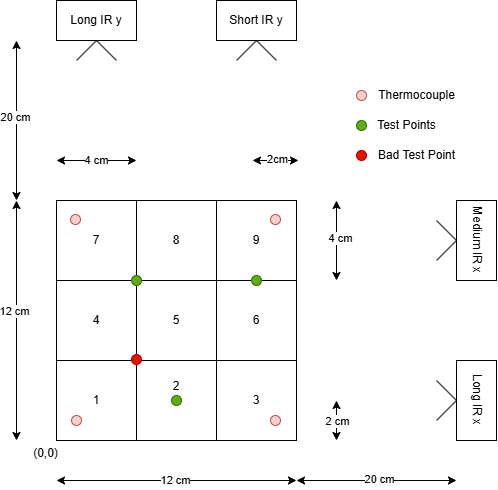
aryanGajelli/mte546-labs keeps this draw.io diagram as Lab2/testpoints.png. Above is the earlier version. Source tidied: cells renumbered, new cells last; positions are measured from the earlier drawing's top-left corner, leaving out a move shared by most shapes. Its diagram source:
```xml
<mxGraphModel background="#FFFFFF">
  <root>
    <mxCell id="0" />
    <mxCell id="1" parent="0" />
    <mxCell id="2" value="7" style="whiteSpace=wrap;html=1;" parent="1" vertex="1">
      <mxGeometry x="40" y="200" width="80" height="80" as="geometry" />
    </mxCell>
    <mxCell id="3" value="8" style="whiteSpace=wrap;html=1;" parent="1" vertex="1">
      <mxGeometry x="120" y="200" width="80" height="80" as="geometry" />
    </mxCell>
    <mxCell id="4" value="9" style="whiteSpace=wrap;html=1;" parent="1" vertex="1">
      <mxGeometry x="200" y="200" width="80" height="80" as="geometry" />
    </mxCell>
    <mxCell id="5" value="4" style="whiteSpace=wrap;html=1;" parent="1" vertex="1">
      <mxGeometry x="40" y="280" width="80" height="80" as="geometry" />
    </mxCell>
    <mxCell id="6" value="5" style="whiteSpace=wrap;html=1;" parent="1" vertex="1">
      <mxGeometry x="120" y="280" width="80" height="80" as="geometry" />
    </mxCell>
    <mxCell id="7" value="6" style="whiteSpace=wrap;html=1;" parent="1" vertex="1">
      <mxGeometry x="200" y="280" width="80" height="80" as="geometry" />
    </mxCell>
    <mxCell id="8" value="1" style="whiteSpace=wrap;html=1;" parent="1" vertex="1">
      <mxGeometry x="40" y="360" width="80" height="80" as="geometry" />
    </mxCell>
    <mxCell id="9" value="2&lt;div&gt;&lt;br&gt;&lt;/div&gt;&lt;div&gt;&lt;br&gt;&lt;/div&gt;" style="whiteSpace=wrap;html=1;" parent="1" vertex="1">
      <mxGeometry x="120" y="360" width="80" height="80" as="geometry" />
    </mxCell>
    <mxCell id="10" value="&lt;div&gt;3&lt;/div&gt;" style="whiteSpace=wrap;html=1;" parent="1" vertex="1">
      <mxGeometry x="200" y="360" width="80" height="80" as="geometry" />
    </mxCell>
    <mxCell id="11" style="endArrow=classic;startArrow=classic;html=1;rounded=0;" parent="1" edge="1">
      <mxGeometry relative="1" as="geometry">
        <mxPoint x="40" y="480" as="sourcePoint" />
        <mxPoint x="280" y="480" as="targetPoint" />
      </mxGeometry>
    </mxCell>
    <mxCell id="12" value="12 cm" style="edgeLabel;html=1;align=center;verticalAlign=middle;" parent="11" vertex="1">
      <mxGeometry x="-0.01" relative="1" as="geometry" />
    </mxCell>
    <mxCell id="13" style="endArrow=classic;startArrow=classic;html=1;rounded=0;" parent="1" edge="1">
      <mxGeometry relative="1" as="geometry">
        <mxPoint y="440" as="sourcePoint" />
        <mxPoint y="200" as="targetPoint" />
      </mxGeometry>
    </mxCell>
    <mxCell id="14" value="12 cm" style="edgeLabel;html=1;align=center;verticalAlign=middle;" parent="13" vertex="1">
      <mxGeometry x="-0.11" y="2" relative="1" as="geometry">
        <mxPoint y="-22" as="offset" />
      </mxGeometry>
    </mxCell>
    <mxCell id="15" value="Long IR y" style="rounded=0;whiteSpace=wrap;html=1;" parent="1" vertex="1">
      <mxGeometry x="40" width="80" height="40" as="geometry" />
    </mxCell>
    <mxCell id="16" style="ellipse;whiteSpace=wrap;html=1;fillColor=#f8cecc;strokeColor=#b85450;" parent="1" vertex="1">
      <mxGeometry x="55" y="415" width="10" height="10" as="geometry" />
    </mxCell>
    <mxCell id="17" style="ellipse;whiteSpace=wrap;html=1;fillColor=#f8cecc;strokeColor=#b85450;" parent="1" vertex="1">
      <mxGeometry x="254" y="415" width="10" height="10" as="geometry" />
    </mxCell>
    <mxCell id="18" style="ellipse;whiteSpace=wrap;html=1;fillColor=#f8cecc;strokeColor=#b85450;" parent="1" vertex="1">
      <mxGeometry x="54" y="214" width="10" height="10" as="geometry" />
    </mxCell>
    <mxCell id="19" style="ellipse;whiteSpace=wrap;html=1;fillColor=#f8cecc;strokeColor=#b85450;" parent="1" vertex="1">
      <mxGeometry x="254" y="214" width="10" height="10" as="geometry" />
    </mxCell>
    <mxCell id="20" style="endArrow=none;html=1;rounded=0;" parent="1" edge="1">
      <mxGeometry relative="1" as="geometry">
        <mxPoint x="60" y="60" as="sourcePoint" />
        <mxPoint x="80" y="40" as="targetPoint" />
      </mxGeometry>
    </mxCell>
    <mxCell id="21" style="endArrow=none;html=1;rounded=0;" parent="1" edge="1">
      <mxGeometry relative="1" as="geometry">
        <mxPoint x="80" y="40" as="sourcePoint" />
        <mxPoint x="100" y="60" as="targetPoint" />
      </mxGeometry>
    </mxCell>
    <mxCell id="22" value="Short IR y" style="rounded=0;whiteSpace=wrap;html=1;" parent="1" vertex="1">
      <mxGeometry x="200" width="80" height="40" as="geometry" />
    </mxCell>
    <mxCell id="23" style="endArrow=none;html=1;rounded=0;" parent="1" edge="1">
      <mxGeometry relative="1" as="geometry">
        <mxPoint x="220" y="60" as="sourcePoint" />
        <mxPoint x="240" y="40" as="targetPoint" />
      </mxGeometry>
    </mxCell>
    <mxCell id="24" style="endArrow=none;html=1;rounded=0;" parent="1" edge="1">
      <mxGeometry relative="1" as="geometry">
        <mxPoint x="240" y="40" as="sourcePoint" />
        <mxPoint x="260" y="60" as="targetPoint" />
      </mxGeometry>
    </mxCell>
    <mxCell id="25" style="endArrow=classic;startArrow=classic;html=1;rounded=0;" parent="1" edge="1">
      <mxGeometry relative="1" as="geometry">
        <mxPoint y="200" as="sourcePoint" />
        <mxPoint y="40" as="targetPoint" />
      </mxGeometry>
    </mxCell>
    <mxCell id="26" value="20 cm" style="edgeLabel;html=1;align=center;verticalAlign=middle;" parent="25" vertex="1">
      <mxGeometry x="0.04" y="1" relative="1" as="geometry" />
    </mxCell>
    <mxCell id="27" value="Long IR x" style="rounded=0;whiteSpace=wrap;html=1;direction=south;flipH=1;flipV=1;horizontal=1;textDirection=vertical-rl;" parent="1" vertex="1">
      <mxGeometry x="440" y="360" width="40" height="80" as="geometry" />
    </mxCell>
    <mxCell id="28" style="endArrow=none;html=1;rounded=0;" parent="1" edge="1">
      <mxGeometry relative="1" as="geometry">
        <mxPoint x="420" y="420" as="sourcePoint" />
        <mxPoint x="440" y="400" as="targetPoint" />
      </mxGeometry>
    </mxCell>
    <mxCell id="29" style="endArrow=none;html=1;rounded=0;" parent="1" edge="1">
      <mxGeometry relative="1" as="geometry">
        <mxPoint x="420" y="380" as="sourcePoint" />
        <mxPoint x="440" y="400" as="targetPoint" />
      </mxGeometry>
    </mxCell>
    <mxCell id="30" value="Medium IR x" style="rounded=0;whiteSpace=wrap;html=1;direction=north;flipH=1;flipV=1;textDirection=vertical-rl;" parent="1" vertex="1">
      <mxGeometry x="440" y="200" width="40" height="80" as="geometry" />
    </mxCell>
    <mxCell id="31" style="endArrow=none;html=1;rounded=0;" parent="1" edge="1">
      <mxGeometry relative="1" as="geometry">
        <mxPoint x="420" y="260" as="sourcePoint" />
        <mxPoint x="440" y="240" as="targetPoint" />
      </mxGeometry>
    </mxCell>
    <mxCell id="32" style="endArrow=none;html=1;rounded=0;" parent="1" edge="1">
      <mxGeometry relative="1" as="geometry">
        <mxPoint x="420" y="220" as="sourcePoint" />
        <mxPoint x="440" y="240" as="targetPoint" />
      </mxGeometry>
    </mxCell>
    <mxCell id="33" style="endArrow=classic;startArrow=classic;html=1;rounded=0;" parent="1" edge="1">
      <mxGeometry relative="1" as="geometry">
        <mxPoint x="280" y="480" as="sourcePoint" />
        <mxPoint x="440" y="480" as="targetPoint" />
      </mxGeometry>
    </mxCell>
    <mxCell id="34" value="20 cm" style="edgeLabel;html=1;align=center;verticalAlign=middle;" parent="33" vertex="1">
      <mxGeometry x="0.04" y="1" relative="1" as="geometry" />
    </mxCell>
    <mxCell id="35" style="ellipse;whiteSpace=wrap;html=1;fillColor=#f8cecc;strokeColor=#b85450;" parent="1" vertex="1">
      <mxGeometry x="340" y="90" width="10" height="10" as="geometry" />
    </mxCell>
    <mxCell id="36" value="Thermocouple" style="text;html=1;align=center;verticalAlign=middle;strokeColor=none;fillColor=none;" parent="1" vertex="1">
      <mxGeometry x="350" y="80" width="100" height="30" as="geometry" />
    </mxCell>
    <mxCell id="37" value="(0,0)" style="text;html=1;align=center;verticalAlign=middle;strokeColor=none;fillColor=none;" parent="1" vertex="1">
      <mxGeometry x="4" y="438" width="50" height="30" as="geometry" />
    </mxCell>
    <mxCell id="38" style="ellipse;whiteSpace=wrap;html=1;fillColor=#60a917;strokeColor=#2D7600;fontColor=#ffffff;" parent="1" vertex="1">
      <mxGeometry x="115" y="275" width="10" height="10" as="geometry" />
    </mxCell>
    <mxCell id="39" style="ellipse;whiteSpace=wrap;html=1;fillColor=#60a917;strokeColor=#2D7600;fontColor=#ffffff;" parent="1" vertex="1">
      <mxGeometry x="235" y="275" width="10" height="10" as="geometry" />
    </mxCell>
    <mxCell id="40" style="ellipse;whiteSpace=wrap;html=1;fillColor=#60a917;strokeColor=#2D7600;fontColor=#ffffff;" parent="1" vertex="1">
      <mxGeometry x="155" y="395" width="10" height="10" as="geometry" />
    </mxCell>
    <mxCell id="41" style="ellipse;whiteSpace=wrap;html=1;fillColor=#60a917;strokeColor=#2D7600;fontColor=#ffffff;" parent="1" vertex="1">
      <mxGeometry x="340" y="120" width="10" height="10" as="geometry" />
    </mxCell>
    <mxCell id="42" value="Test Points" style="text;html=1;align=center;verticalAlign=middle;strokeColor=none;fillColor=none;" parent="1" vertex="1">
      <mxGeometry x="350" y="110" width="80" height="30" as="geometry" />
    </mxCell>
    <mxCell id="43" style="endArrow=classic;startArrow=classic;html=1;rounded=0;" parent="1" edge="1">
      <mxGeometry relative="1" as="geometry">
        <mxPoint x="320" y="400" as="sourcePoint" />
        <mxPoint x="320" y="440" as="targetPoint" />
      </mxGeometry>
    </mxCell>
    <mxCell id="44" value="2 cm" style="edgeLabel;html=1;align=center;verticalAlign=middle;" parent="43" vertex="1">
      <mxGeometry x="0.16" y="1" relative="1" as="geometry">
        <mxPoint y="-3" as="offset" />
      </mxGeometry>
    </mxCell>
    <mxCell id="45" style="endArrow=classic;startArrow=classic;html=1;rounded=0;" parent="1" edge="1">
      <mxGeometry relative="1" as="geometry">
        <mxPoint x="236" y="160" as="sourcePoint" />
        <mxPoint x="282" y="160" as="targetPoint" />
      </mxGeometry>
    </mxCell>
    <mxCell id="46" value="2cm" style="edgeLabel;html=1;align=center;verticalAlign=middle;" parent="45" vertex="1">
      <mxGeometry x="-0.08" y="1" relative="1" as="geometry">
        <mxPoint x="4" as="offset" />
      </mxGeometry>
    </mxCell>
    <mxCell id="47" style="endArrow=classic;startArrow=classic;html=1;rounded=0;" parent="1" edge="1">
      <mxGeometry relative="1" as="geometry">
        <mxPoint x="40" y="160" as="sourcePoint" />
        <mxPoint x="120" y="160" as="targetPoint" />
      </mxGeometry>
    </mxCell>
    <mxCell id="48" value="4 cm" style="edgeLabel;html=1;align=center;verticalAlign=middle;" parent="47" vertex="1">
      <mxGeometry x="-0.08" y="1" relative="1" as="geometry">
        <mxPoint x="3" y="1" as="offset" />
      </mxGeometry>
    </mxCell>
    <mxCell id="49" style="endArrow=classic;startArrow=classic;html=1;rounded=0;" parent="1" edge="1">
      <mxGeometry relative="1" as="geometry">
        <mxPoint x="320" y="200" as="sourcePoint" />
        <mxPoint x="320" y="280" as="targetPoint" />
      </mxGeometry>
    </mxCell>
    <mxCell id="50" value="4 cm" style="edgeLabel;html=1;align=center;verticalAlign=middle;" parent="49" vertex="1">
      <mxGeometry x="-0.08" y="1" relative="1" as="geometry">
        <mxPoint x="3" y="1" as="offset" />
      </mxGeometry>
    </mxCell>
    <mxCell id="51" style="ellipse;whiteSpace=wrap;html=1;fillColor=#e51400;strokeColor=#B20000;fontColor=#ffffff;" parent="1" vertex="1">
      <mxGeometry x="115" y="354" width="10" height="10" as="geometry" />
    </mxCell>
    <mxCell id="52" style="ellipse;whiteSpace=wrap;html=1;fillColor=#e51400;strokeColor=#B20000;fontColor=#ffffff;" parent="1" vertex="1">
      <mxGeometry x="340" y="150" width="10" height="10" as="geometry" />
    </mxCell>
    <mxCell id="53" value="Bad Test Point" style="text;html=1;align=center;verticalAlign=middle;strokeColor=none;fillColor=none;" parent="1" vertex="1">
      <mxGeometry x="350" y="140" width="100" height="30" as="geometry" />
    </mxCell>
  </root>
</mxGraphModel>
```
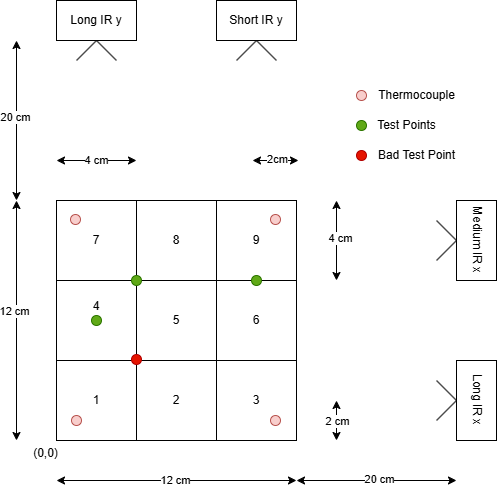
The same diagram one commit later.

Change to the diagram source:
```diff
@@ -11,7 +11,7 @@
     <mxCell id="4" value="9" style="whiteSpace=wrap;html=1;" parent="1" vertex="1">
       <mxGeometry x="200" y="200" width="80" height="80" as="geometry" />
     </mxCell>
-    <mxCell id="5" value="4" style="whiteSpace=wrap;html=1;" parent="1" vertex="1">
+    <mxCell id="5" value="4&lt;div&gt;&lt;br&gt;&lt;/div&gt;&lt;div&gt;&lt;br&gt;&lt;/div&gt;" style="whiteSpace=wrap;html=1;" parent="1" vertex="1">
       <mxGeometry x="40" y="280" width="80" height="80" as="geometry" />
     </mxCell>
     <mxCell id="6" value="5" style="whiteSpace=wrap;html=1;" parent="1" vertex="1">
@@ -23,7 +23,7 @@
     <mxCell id="8" value="1" style="whiteSpace=wrap;html=1;" parent="1" vertex="1">
       <mxGeometry x="40" y="360" width="80" height="80" as="geometry" />
     </mxCell>
-    <mxCell id="9" value="2&lt;div&gt;&lt;br&gt;&lt;/div&gt;&lt;div&gt;&lt;br&gt;&lt;/div&gt;" style="whiteSpace=wrap;html=1;" parent="1" vertex="1">
+    <mxCell id="9" value="2" style="whiteSpace=wrap;html=1;" parent="1" vertex="1">
       <mxGeometry x="120" y="360" width="80" height="80" as="geometry" />
     </mxCell>
     <mxCell id="10" value="&lt;div&gt;3&lt;/div&gt;" style="whiteSpace=wrap;html=1;" parent="1" vertex="1">
@@ -155,7 +155,7 @@
       <mxGeometry x="235" y="275" width="10" height="10" as="geometry" />
     </mxCell>
     <mxCell id="40" style="ellipse;whiteSpace=wrap;html=1;fillColor=#60a917;strokeColor=#2D7600;fontColor=#ffffff;" parent="1" vertex="1">
-      <mxGeometry x="155" y="395" width="10" height="10" as="geometry" />
+      <mxGeometry x="75" y="315" width="10" height="10" as="geometry" />
     </mxCell>
     <mxCell id="41" style="ellipse;whiteSpace=wrap;html=1;fillColor=#60a917;strokeColor=#2D7600;fontColor=#ffffff;" parent="1" vertex="1">
       <mxGeometry x="340" y="120" width="10" height="10" as="geometry" />
```
